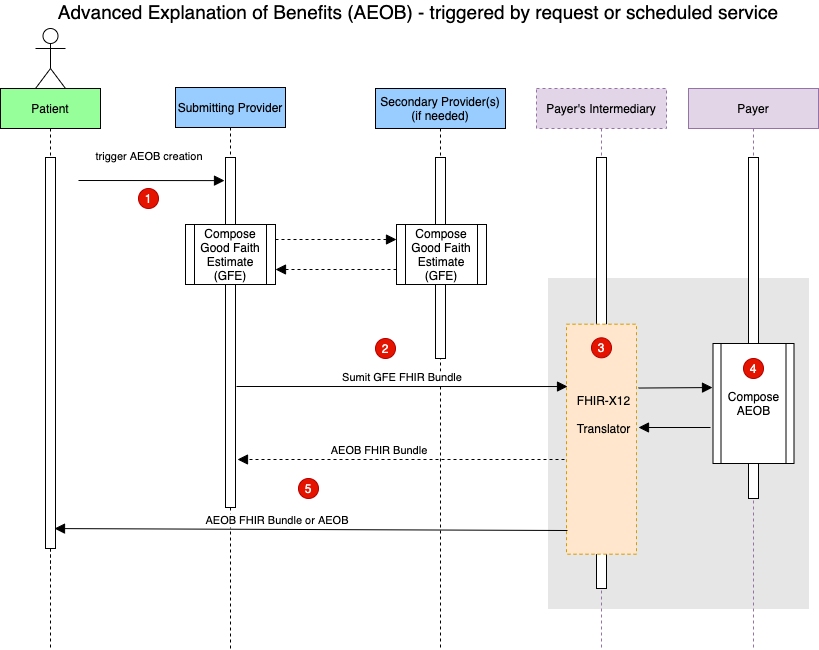
Before: input/images/AEOB-interaction.png, a diagram exported from draw.io (HL7/davinci-pct). Source tidied: cells renumbered, new cells last; positions are measured from the earlier drawing's top-left corner, leaving out a move shared by most shapes.
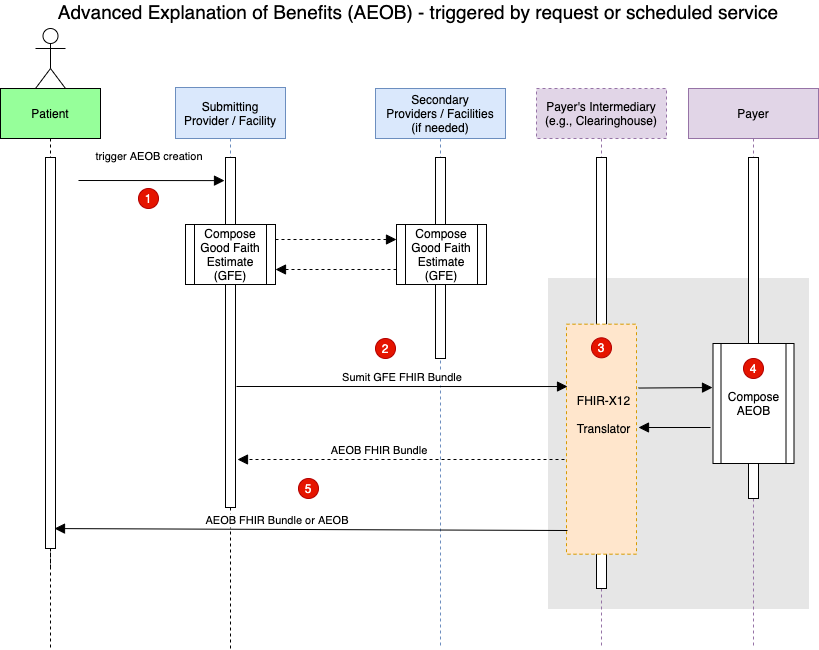
After the commit.

What changed in the source:
```diff
@@ -2,19 +2,19 @@
   <root>
     <mxCell id="0" />
     <mxCell id="1" parent="0" />
-    <mxCell id="2" value="Patient" style="shape=umlLifeline;perimeter=lifelinePerimeter;rounded=0;shadow=0;strokeWidth=1;fillColor=#96FF9A;" parent="1" vertex="1">
+    <mxCell id="2" value="Patient" style="shape=umlLifeline;perimeter=lifelinePerimeter;rounded=0;shadow=0;strokeWidth=1;fillColor=#96FF9A;size=50;" parent="1" vertex="1">
       <mxGeometry y="87" width="100" height="480" as="geometry" />
     </mxCell>
     <mxCell id="3" style="points=[];perimeter=orthogonalPerimeter;rounded=0;shadow=0;strokeWidth=1;" parent="2" vertex="1">
       <mxGeometry x="45" y="69" width="10" height="391" as="geometry" />
     </mxCell>
-    <mxCell id="4" value="Submitting Provider" style="shape=umlLifeline;perimeter=lifelinePerimeter;rounded=0;shadow=0;strokeWidth=1;fillColor=#99CCFF;" parent="1" vertex="1">
+    <mxCell id="4" value="Submitting &#10;Provider / Facility" style="shape=umlLifeline;perimeter=lifelinePerimeter;rounded=0;shadow=0;strokeWidth=1;fillColor=#dae8fc;size=51;strokeColor=#6c8ebf;" parent="1" vertex="1">
       <mxGeometry x="175" y="86" width="110" height="420" as="geometry" />
     </mxCell>
     <mxCell id="5" style="points=[];perimeter=orthogonalPerimeter;rounded=0;shadow=0;strokeWidth=1;" parent="4" vertex="1">
       <mxGeometry x="50" y="70" width="10" height="350" as="geometry" />
     </mxCell>
-    <mxCell id="6" value="Secondary Provider(s) &#10;(if needed)" style="shape=umlLifeline;perimeter=lifelinePerimeter;rounded=0;shadow=0;strokeWidth=1;fillColor=#99CCFF;" parent="1" vertex="1">
+    <mxCell id="6" value="Secondary&#10;Providers / Facilities&#10;(if needed)" style="shape=umlLifeline;perimeter=lifelinePerimeter;rounded=0;shadow=0;strokeWidth=1;fillColor=#dae8fc;size=50;strokeColor=#6c8ebf;" parent="1" vertex="1">
       <mxGeometry x="375" y="87" width="130" height="560" as="geometry" />
     </mxCell>
     <mxCell id="7" style="perimeter=orthogonalPerimeter;rounded=0;shadow=0;strokeWidth=1;" parent="6" vertex="1">
@@ -66,13 +66,13 @@
     <mxCell id="20" style="perimeter=orthogonalPerimeter;rounded=0;shadow=0;strokeWidth=1;fillColor=#E6E6E6;strokeColor=#E6E6E6;" parent="1" vertex="1">
       <mxGeometry x="548" y="277" width="260" height="330" as="geometry" />
     </mxCell>
-    <mxCell id="21" value="Payer's Intermediary" style="shape=umlLifeline;perimeter=lifelinePerimeter;rounded=0;shadow=0;strokeWidth=1;fillColor=#e1d5e7;strokeColor=#9673a6;dashed=1;" parent="1" vertex="1">
+    <mxCell id="21" value="Payer's Intermediary&#10;(e.g., Clearinghouse)" style="shape=umlLifeline;perimeter=lifelinePerimeter;rounded=0;shadow=0;strokeWidth=1;fillColor=#e1d5e7;strokeColor=#9673a6;dashed=1;size=50;" parent="1" vertex="1">
       <mxGeometry x="536" y="87" width="130" height="560" as="geometry" />
     </mxCell>
     <mxCell id="22" style="perimeter=orthogonalPerimeter;rounded=0;shadow=0;strokeWidth=1;" parent="21" vertex="1">
       <mxGeometry x="60" y="69" width="10" height="431" as="geometry" />
     </mxCell>
-    <mxCell id="23" value="Payer" style="shape=umlLifeline;perimeter=lifelinePerimeter;rounded=0;shadow=0;strokeWidth=1;fillColor=#e1d5e7;strokeColor=#9673a6;" parent="1" vertex="1">
+    <mxCell id="23" value="Payer" style="shape=umlLifeline;perimeter=lifelinePerimeter;rounded=0;shadow=0;strokeWidth=1;fillColor=#e1d5e7;strokeColor=#9673a6;size=50;" parent="1" vertex="1">
       <mxGeometry x="688" y="87" width="130" height="560" as="geometry" />
     </mxCell>
     <mxCell id="24" style="perimeter=orthogonalPerimeter;rounded=0;shadow=0;strokeWidth=1;" parent="23" vertex="1">
```
